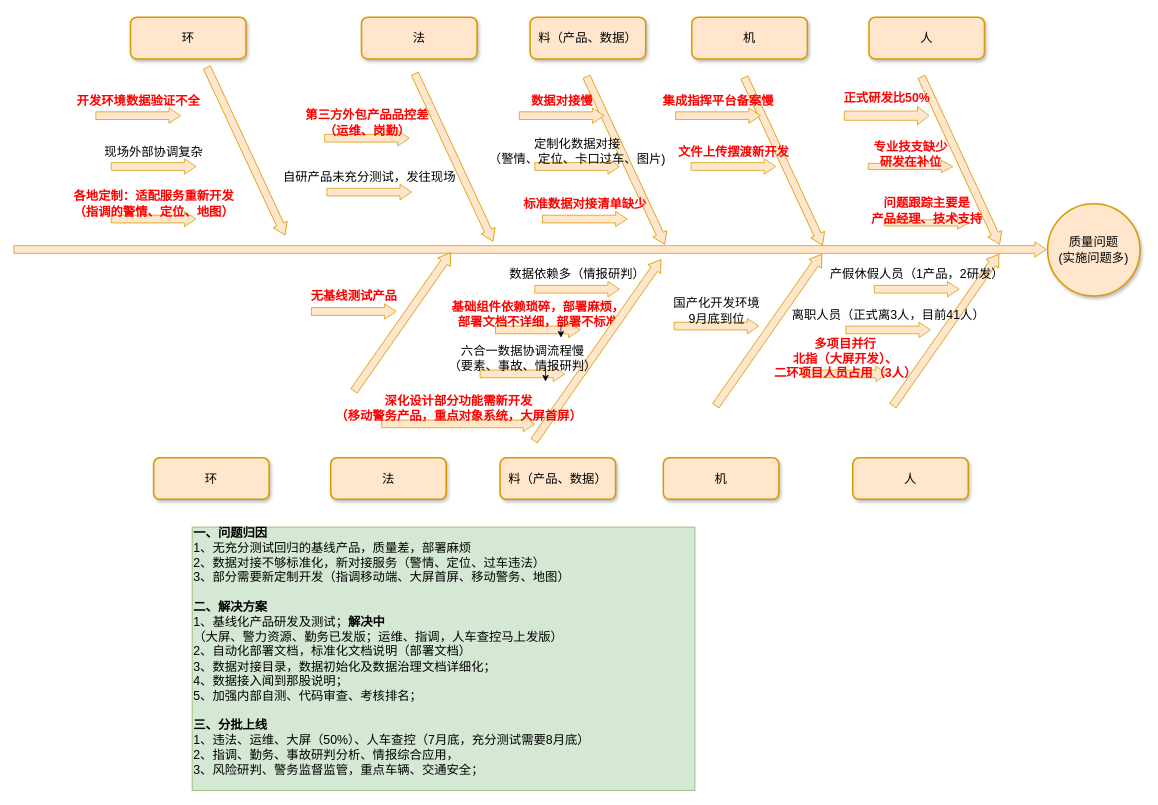
Above: page "质量分析 的副本" (2 of 4) of 喀什系统实施原因分析图.drawio in bj-ehualu/drawio (draw.io), before the change. Source tidied: cells renumbered, new cells numbered last; positions are measured from the earlier drawing's top-left corner, leaving out a move shared by most shapes. Both pictures are drawn from the tidied source at 77%, with x=0, y=0 at pixel (130, -267).
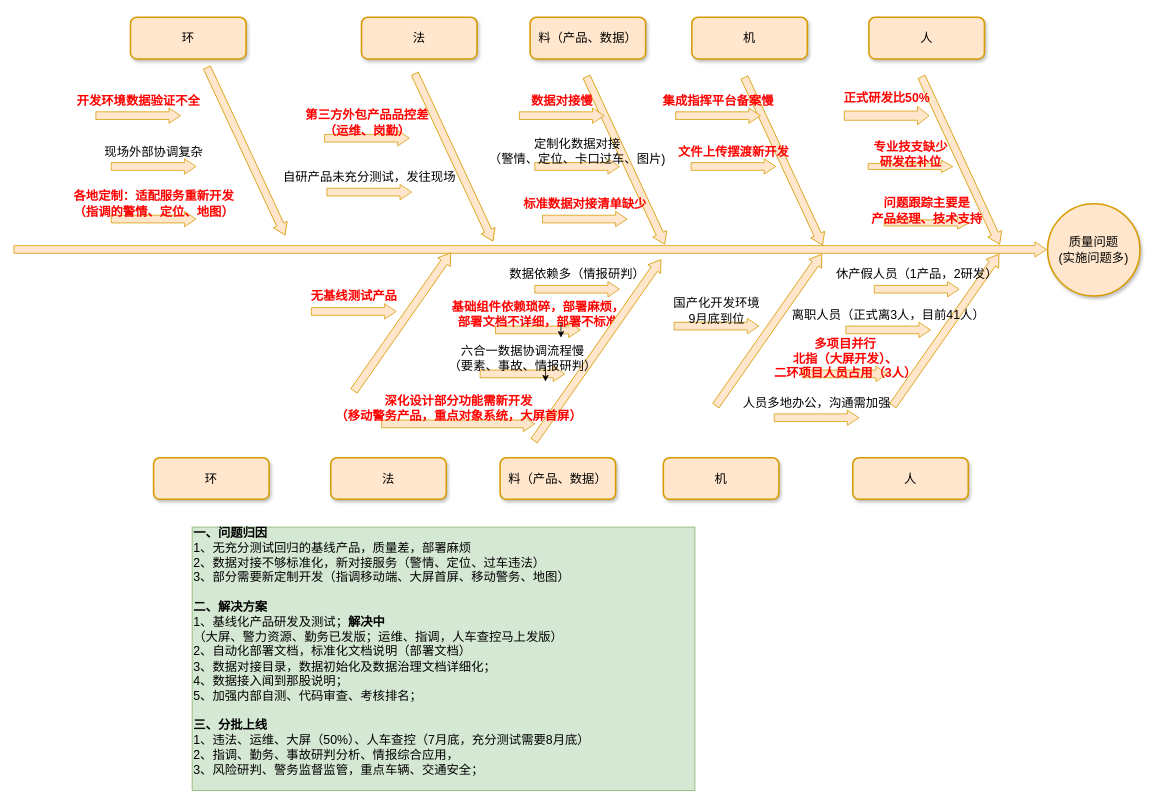
After the change.

Commit message:
更新喀什系统实施原因分析图.drawio

Diff of the diagram source:
```diff
@@
-    <mxCell id="22" value="产假休假人员（1产品，2研发）" style="html=1;shadow=0;dashed=0;align=center;verticalAlign=middle;shape=mxgraph.arrows2.arrow;dy=0.5;dx=15;direction=north;notch=0;rounded=0;strokeWidth=1;fontSize=16;rotation=90;horizontal=0;labelPosition=left;verticalLabelPosition=middle;fillColor=#ffe6cc;strokeColor=#d79b00;" parent="1" vertex="1">
+    <mxCell id="22" value="休产假人员（1产品，2研发）" style="html=1;shadow=0;dashed=0;align=center;verticalAlign=middle;shape=mxgraph.arrows2.arrow;dy=0.5;dx=15;direction=north;notch=0;rounded=0;strokeWidth=1;fontSize=16;rotation=90;horizontal=0;labelPosition=left;verticalLabelPosition=middle;fillColor=#ffe6cc;strokeColor=#d79b00;" parent="1" vertex="1">
       <mxGeometry x="1011" y="667.1" width="20" height="110" as="geometry" />
     </mxCell>
@@
+    <mxCell id="48" value="人员多地办公，沟通需加强" style="html=1;shadow=0;dashed=0;align=center;verticalAlign=middle;shape=mxgraph.arrows2.arrow;dy=0.5;dx=15;direction=north;notch=0;rounded=0;strokeWidth=1;fontSize=16;rotation=90;horizontal=0;labelPosition=left;verticalLabelPosition=middle;fillColor=#ffe6cc;strokeColor=#d79b00;" parent="1" vertex="1">
+      <mxGeometry x="881" y="834" width="20" height="110" as="geometry" />
+    </mxCell>
```
